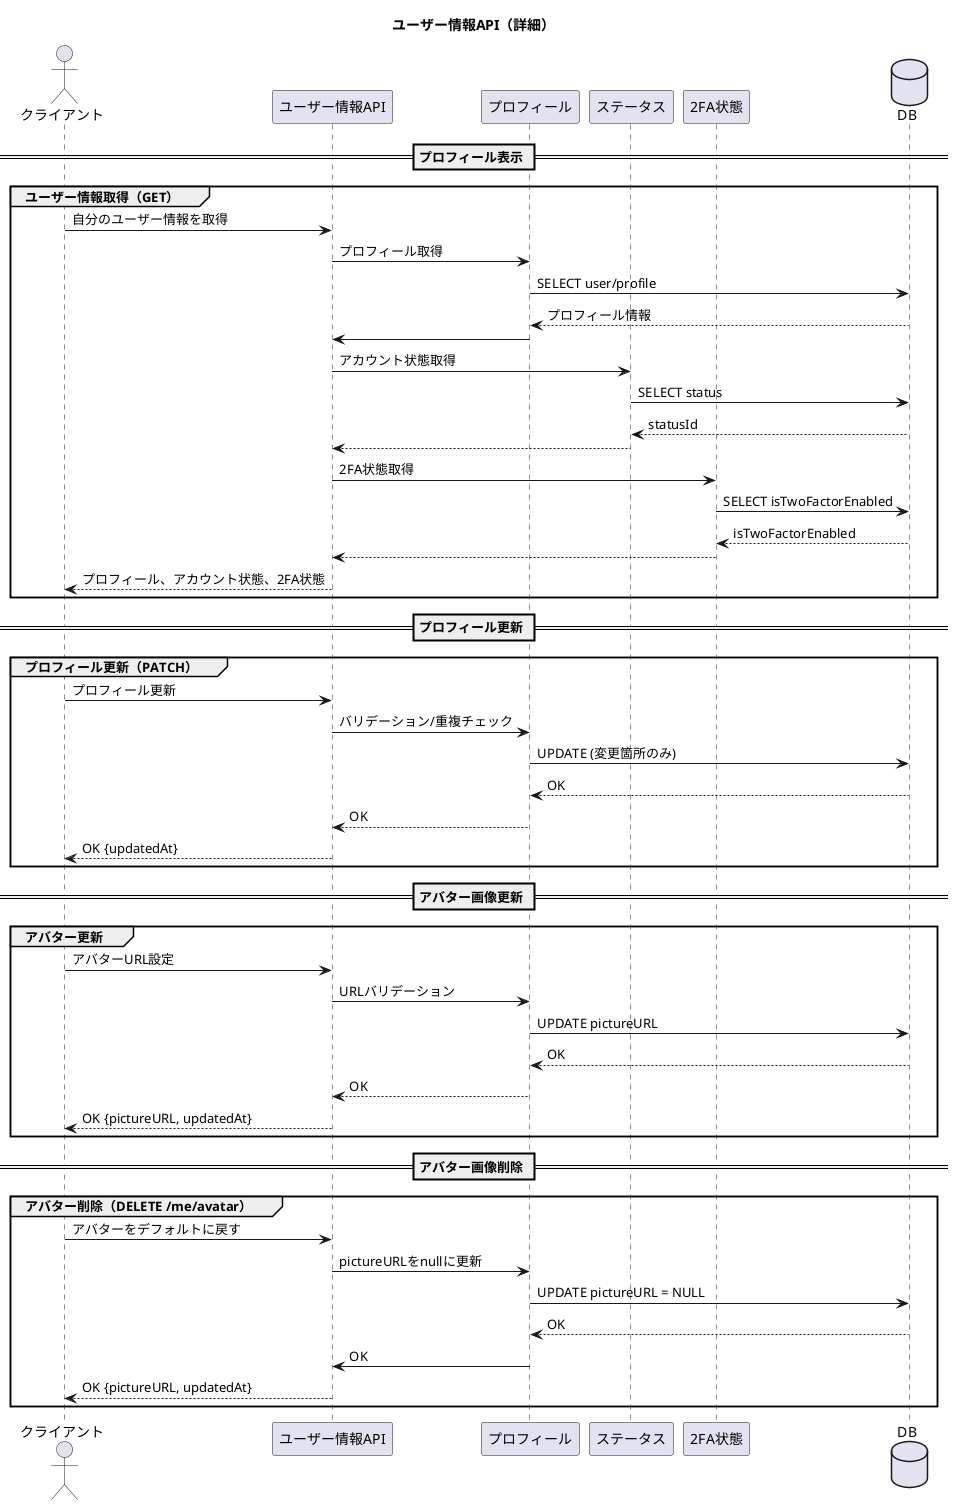
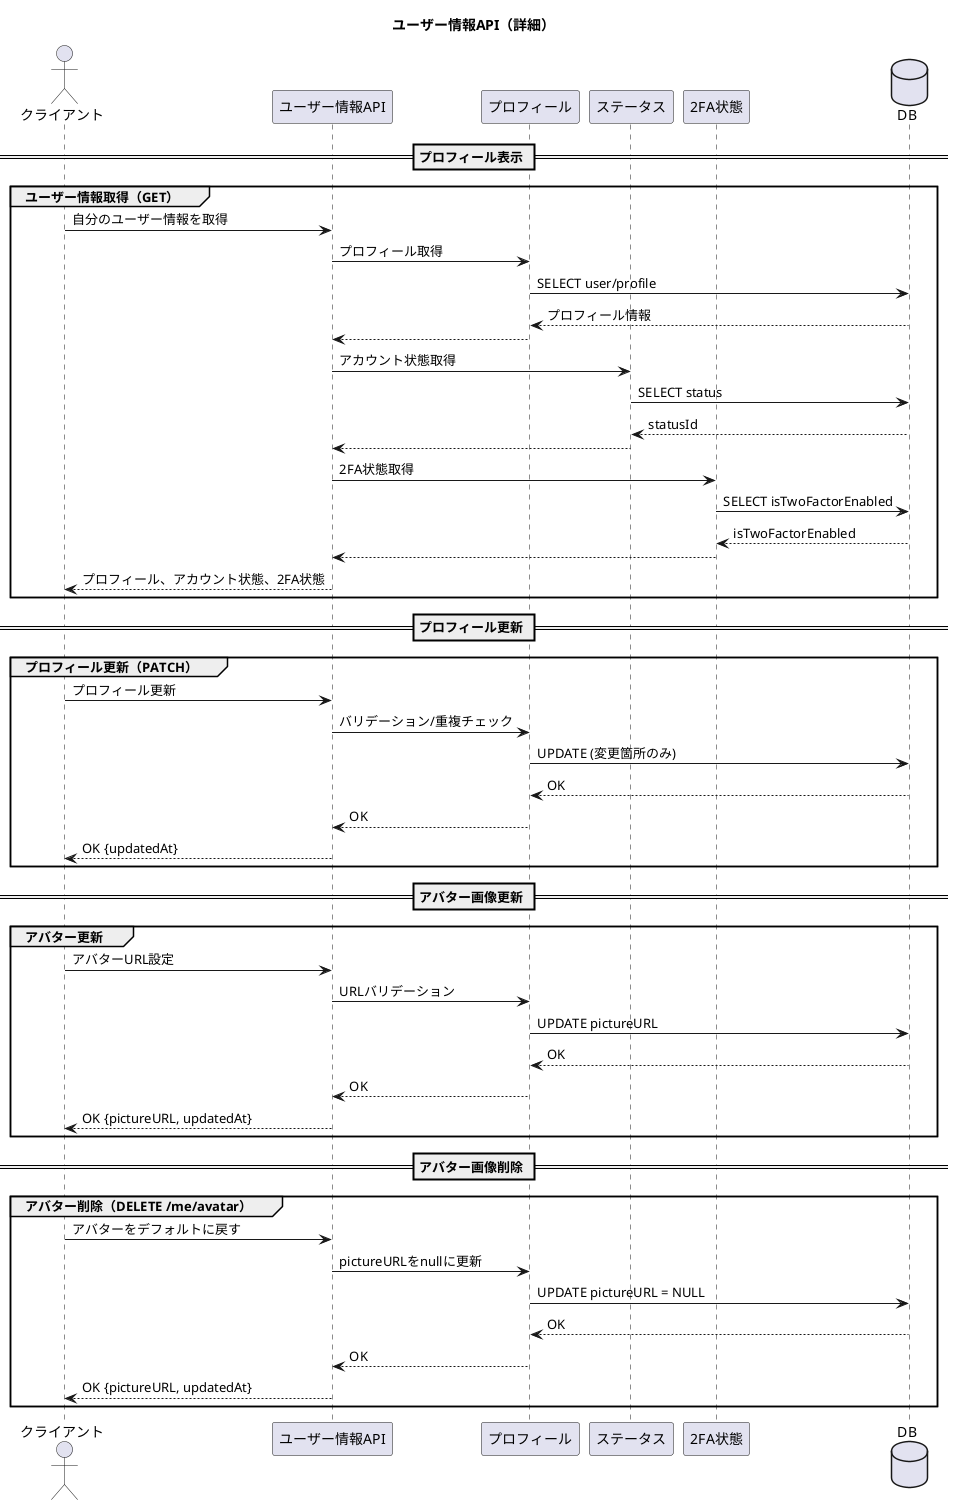
@startuml
title ユーザー情報API（詳細）

actor       クライアント as client
participant "ユーザー情報API" as user_info_api
participant "プロフィール" as profile
participant "ステータス" as status
participant "2FA状態" as twofacter
database    "DB" as db

== プロフィール表示 ==
group ユーザー情報取得（GET）
  client -> user_info_api: 自分のユーザー情報を取得
-   user_info_api -> profile: プロフィール取得
-   profile -> db: SELECT user/profile
-   db --> profile: プロフィール情報
-   profile -> user_info_api:
+     user_info_api ->  profile: プロフィール取得
+       profile ->  db: SELECT user/profile
+       profile <-- db: プロフィール情報
+     user_info_api <-- profile:

-   user_info_api -> status: アカウント状態取得
-   status -> db: SELECT status
-   db --> status: statusId
-   status --> user_info_api:
+     user_info_api -> status: アカウント状態取得
+       status ->  db: SELECT status
+       status <-- db: statusId
+     user_info_api <-- status:

-   user_info_api -> twofacter: 2FA状態取得
-   twofacter -> db: SELECT isTwoFactorEnabled
-   db --> twofacter: isTwoFactorEnabled
-   twofacter --> user_info_api:
+     user_info_api -> twofacter: 2FA状態取得
+       twofacter ->  db: SELECT isTwoFactorEnabled
+       twofacter <-- db: isTwoFactorEnabled
+     user_info_api <-- twofacter:

-   user_info_api --> client: プロフィール、アカウント状態、2FA状態
+   client <-- user_info_api: プロフィール、アカウント状態、2FA状態
end group

== プロフィール更新 ==
group プロフィール更新（PATCH）
  client -> user_info_api: プロフィール更新
-   user_info_api -> profile: バリデーション/重複チェック
-   profile -> db: UPDATE (変更箇所のみ)
-   db --> profile: OK
-   profile --> user_info_api: OK
-   user_info_api --> client: OK {updatedAt}
+     user_info_api -> profile: バリデーション/重複チェック
+       profile ->  db: UPDATE (変更箇所のみ)
+       profile <-- db: OK
+     user_info_api <-- profile: OK
+   client <-- user_info_api: OK {updatedAt}
end group

== アバター画像更新 ==
group アバター更新
  client -> user_info_api: アバターURL設定
-   user_info_api -> profile: URLバリデーション
-   profile -> db: UPDATE pictureURL
-   db --> profile: OK
-   profile --> user_info_api: OK
-   user_info_api --> client: OK {pictureURL, updatedAt}
+     user_info_api -> profile: URLバリデーション
+       profile ->  db: UPDATE pictureURL
+       profile <-- db: OK
+     user_info_api <-- profile: OK
+   client <-- user_info_api: OK {pictureURL, updatedAt}
end group

== アバター画像削除 ==
group アバター削除（DELETE /me/avatar）
  client -> user_info_api: アバターをデフォルトに戻す
-   user_info_api -> profile: pictureURLをnullに更新
-   profile -> db: UPDATE pictureURL = NULL
-   db --> profile: OK
-   profile -> user_info_api: OK
-   user_info_api --> client: OK {pictureURL, updatedAt}
+     user_info_api -> profile: pictureURLをnullに更新
+       profile ->  db: UPDATE pictureURL = NULL
+       profile <-- db: OK
+     user_info_api <-- profile: OK
+   client <-- user_info_api: OK {pictureURL, updatedAt}
end group

@enduml
